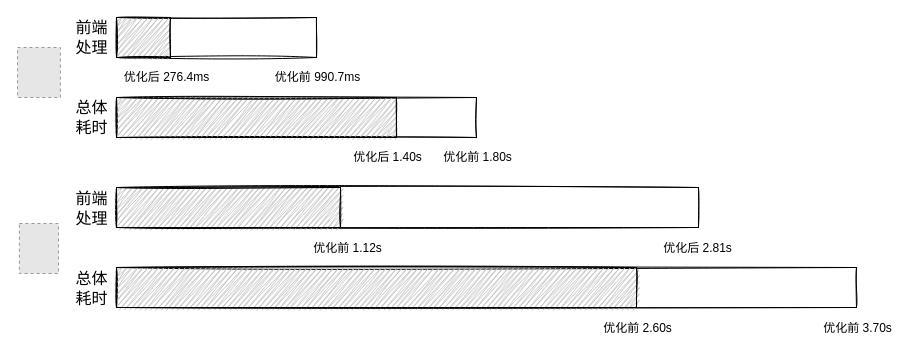
This is 2021 Promotion/App Result Diagram.drawio from harrybaa/drawio, a draw.io file, before an edit. Source tidied: cells renumbered, new cells numbered last; positions are measured from the earlier drawing's top-left corner, leaving out a move shared by most shapes. Both pictures are drawn from the tidied source at 100%, with x=0, y=0 at pixel (17, 17). Pictures stored in the file or linked from it are replaced by grey dashed boxes.
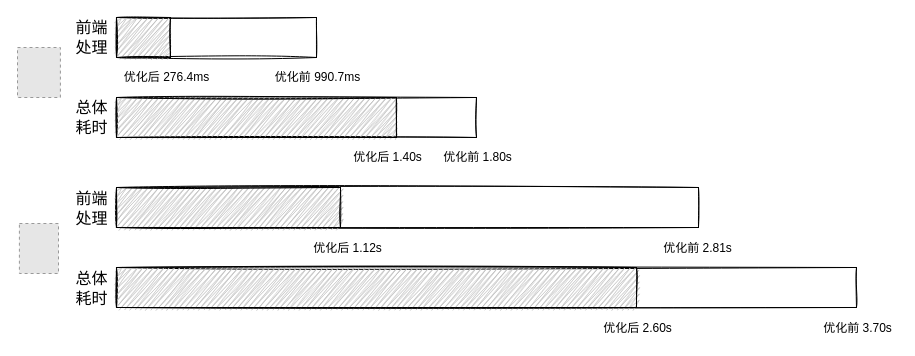
The same diagram, later.

The edit, as a diff of the source:
```diff
@@
-    <mxCell id="11" value="优化前 2.60s" style="text;html=1;align=center;verticalAlign=middle;strokeColor=none;fillColor=none;" parent="1" vertex="1">
+    <mxCell id="11" value="优化后 2.60s" style="text;html=1;align=center;verticalAlign=middle;strokeColor=none;fillColor=none;" parent="1" vertex="1">
       <mxGeometry x="580" y="301" width="80" height="20" as="geometry" />
     </mxCell>
@@
-    <mxCell id="20" value="优化后 2.81s" style="text;html=1;align=center;verticalAlign=middle;strokeColor=none;fillColor=none;" parent="1" vertex="1">
+    <mxCell id="20" value="优化前 2.81s" style="text;html=1;align=center;verticalAlign=middle;strokeColor=none;fillColor=none;" parent="1" vertex="1">
       <mxGeometry x="640" y="221" width="80" height="20" as="geometry" />
     </mxCell>
-    <mxCell id="21" value="优化前 1.12s" style="text;html=1;align=center;verticalAlign=middle;strokeColor=none;fillColor=none;" parent="1" vertex="1">
+    <mxCell id="21" value="优化后 1.12s" style="text;html=1;align=center;verticalAlign=middle;strokeColor=none;fillColor=none;" parent="1" vertex="1">
       <mxGeometry x="290" y="221" width="80" height="20" as="geometry" />
     </mxCell>
```
